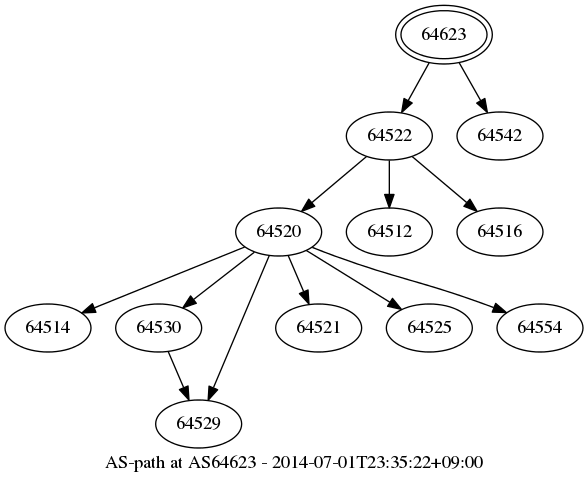
Flast/flast.github.io keeps this Graphviz diagram as aspath/as64623.png. Above is the earlier version. Its source is kept beside it as aspath/as64623.gv.
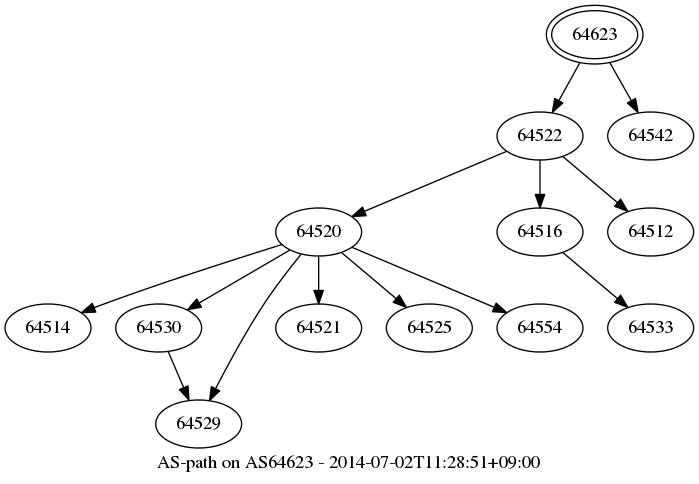
Later version of the same file.

Change to the diagram source:
```diff
@@ -1,72 +1,76 @@
 digraph aspath {
-	graph [bb="0,0,433,355",
+	graph [bb="0,0,516,355",
 		center="",
-		label="AS-path at AS64623 - 2014-07-01T23:35:22+09:00",
+		label="AS-path on AS64623 - 2014-07-02T11:28:51+09:00",
 		lheight=0.21,
-		lp="216.5,11.5",
-		lwidth=3.94
+		lp="258,11.5",
+		lwidth=4.00
 	];
 	node [label="\N"];
 	64623	 [height=0.61111,
 		label=64623,
 		peripheries=2,
-		pos="329,333",
+		pos="442,333",
 		width=1.0069];
 	64522	 [height=0.5,
 		label=64522,
-		pos="288,257",
+		pos="401,257",
 		width=0.89579];
-	64623 -> 64522	 [pos="e,297.25,274.7 317.8,311.78 312.96,303.05 307.25,292.74 302.12,283.49"];
+	64623 -> 64522	 [pos="e,410.25,274.7 430.8,311.78 425.96,303.05 420.25,292.74 415.12,283.49"];
 	64542	 [height=0.5,
 		label=64542,
-		pos="371,257",
+		pos="484,257",
 		width=0.89579];
-	64623 -> 64542	 [pos="e,361.52,274.7 340.48,311.78 345.43,303.05 351.28,292.74 356.53,283.49"];
+	64623 -> 64542	 [pos="e,474.52,274.7 453.48,311.78 458.43,303.05 464.28,292.74 469.53,283.49"];
 	64520	 [height=0.5,
 		label=64520,
-		pos="205,185",
+		pos="235,185",
 		width=0.89579];
-	64522 -> 64520	 [pos="e,222.18,200.49 270.8,241.5 259.01,231.55 243.16,218.19 229.98,207.07"];
+	64522 -> 64520	 [pos="e,260.02,196.55 376.15,245.52 347.79,233.56 301.22,213.93 269.39,200.5"];
+	64516	 [height=0.5,
+		label=64516,
+		pos="401,185",
+		width=0.89579];
+	64522 -> 64516	 [pos="e,401,203.1 401,238.7 401,230.98 401,221.71 401,213.11"];
 	64512	 [height=0.5,
 		label=64512,
-		pos="288,185",
+		pos="484,185",
 		width=0.89579];
-	64522 -> 64512	 [pos="e,288,203.1 288,238.7 288,230.98 288,221.71 288,213.11"];
-	64516	 [height=0.5,
-		label=64516,
-		pos="371,185",
-		width=0.89579];
-	64522 -> 64516	 [pos="e,353.82,200.49 305.2,241.5 316.99,231.55 332.84,218.19 346.02,207.07"];
+	64522 -> 64512	 [pos="e,466.82,200.49 418.2,241.5 429.99,231.55 445.84,218.19 459.02,207.07"];
 	64514	 [height=0.5,
 		label=64514,
 		pos="32,113",
 		width=0.89579];
-	64520 -> 64514	 [pos="e,57.35,124.26 179.47,173.67 149.62,161.59 100.05,141.53 66.712,128.05"];
+	64520 -> 64514	 [pos="e,57.213,124.52 207.46,175.55 175.25,165.52 120.42,148.01 74,131 71.609,130.12 69.151,129.2 66.681,128.25"];
 	64530	 [height=0.5,
 		label=64530,
 		pos="115,113",
 		width=0.89579];
-	64520 -> 64530	 [pos="e,133.19,128.14 186.79,169.83 173.73,159.68 155.95,145.85 141.35,134.5"];
+	64520 -> 64530	 [pos="e,136.67,126.64 213.55,171.49 194.55,160.41 166.62,144.11 145.34,131.7"];
 	64529	 [height=0.5,
 		label=64529,
 		pos="145,41",
 		width=0.89579];
-	64520 -> 64529	 [pos="e,152.11,58.825 197.88,167.15 187.55,142.71 168.31,97.171 156.11,68.286"];
+	64520 -> 64529	 [pos="e,153.12,58.519 221.77,168.24 213.39,157.94 202.55,144.03 194,131 180.53,110.47 167.21,85.949 157.88,67.849"];
 	64521	 [height=0.5,
 		label=64521,
 		pos="235,113",
 		width=0.89579];
-	64520 -> 64521	 [pos="e,227.73,130.96 212.11,167.41 215.57,159.34 219.82,149.43 223.71,140.35"];
+	64520 -> 64521	 [pos="e,235,131.1 235,166.7 235,158.98 235,149.71 235,141.11"];
 	64525	 [height=0.5,
 		label=64525,
 		pos="318,113",
 		width=0.89579];
-	64520 -> 64525	 [pos="e,297.02,126.99 225.73,171.16 243.3,160.28 268.71,144.53 288.42,132.33"];
+	64520 -> 64525	 [pos="e,300.82,128.49 252.2,169.5 263.99,159.55 279.84,146.19 293.02,135.07"];
 	64554	 [height=0.5,
 		label=64554,
 		pos="401,113",
 		width=0.89579];
-	64520 -> 64554	 [pos="e,375.8,124.55 230.2,173.45 235.71,171.24 241.53,168.98 247,167 296.16,149.18 309.84,148.82 359,131 361.39,130.13 363.85,129.21 \
-366.33,128.27"];
+	64520 -> 64554	 [pos="e,375.98,124.55 259.85,173.52 288.21,161.56 334.78,141.93 366.61,128.5"];
 	64530 -> 64529	 [pos="e,137.73,58.956 122.11,95.411 125.57,87.335 129.82,77.431 133.71,68.355"];
+	64533	 [height=0.5,
+		label=64533,
+		pos="484,113",
+		width=0.89579];
+	64516 -> 64533	 [pos="e,466.82,128.49 418.2,169.5 429.99,159.55 445.84,146.19 459.02,135.07"];
 }
```
